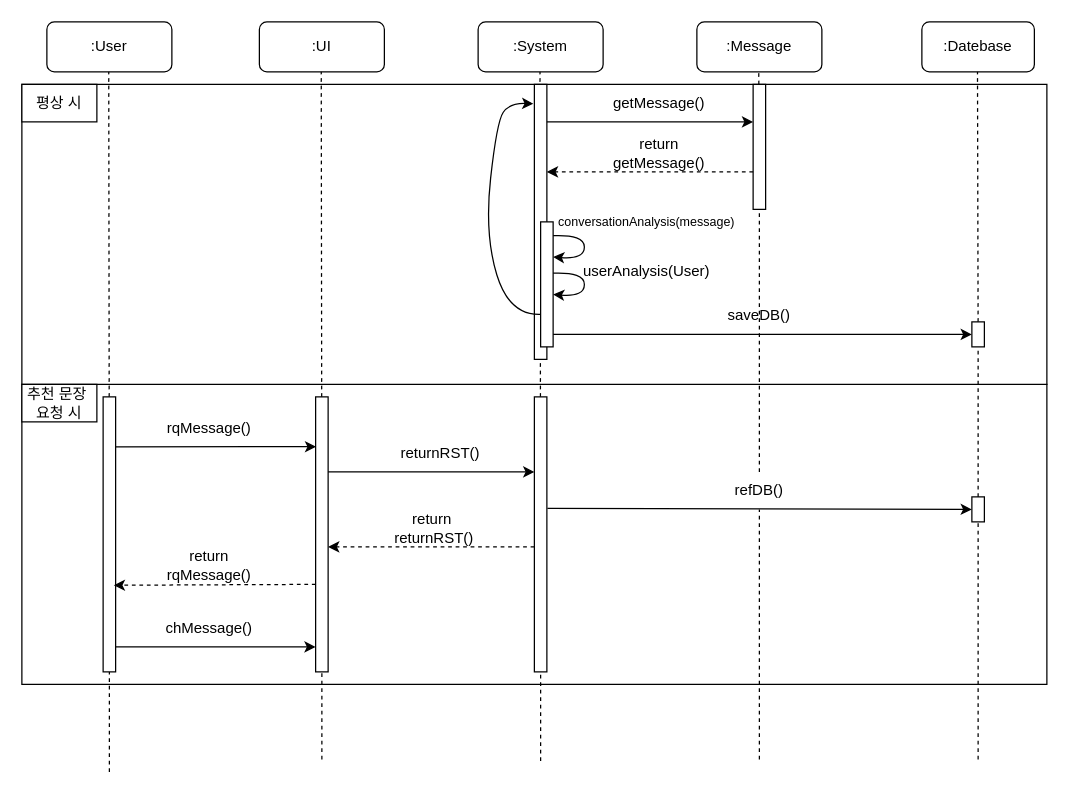
Before: Jo/추천문장선택.drawio in Sir-u/Capstone_ThreeIdiots, a draw.io diagram. Source tidied: cells renumbered, new cells numbered last; positions are measured from the earlier drawing's top-left corner, leaving out a move shared by most shapes. Both pictures are drawn from the tidied source at 125%, with x=0, y=0 at pixel (21, 21).
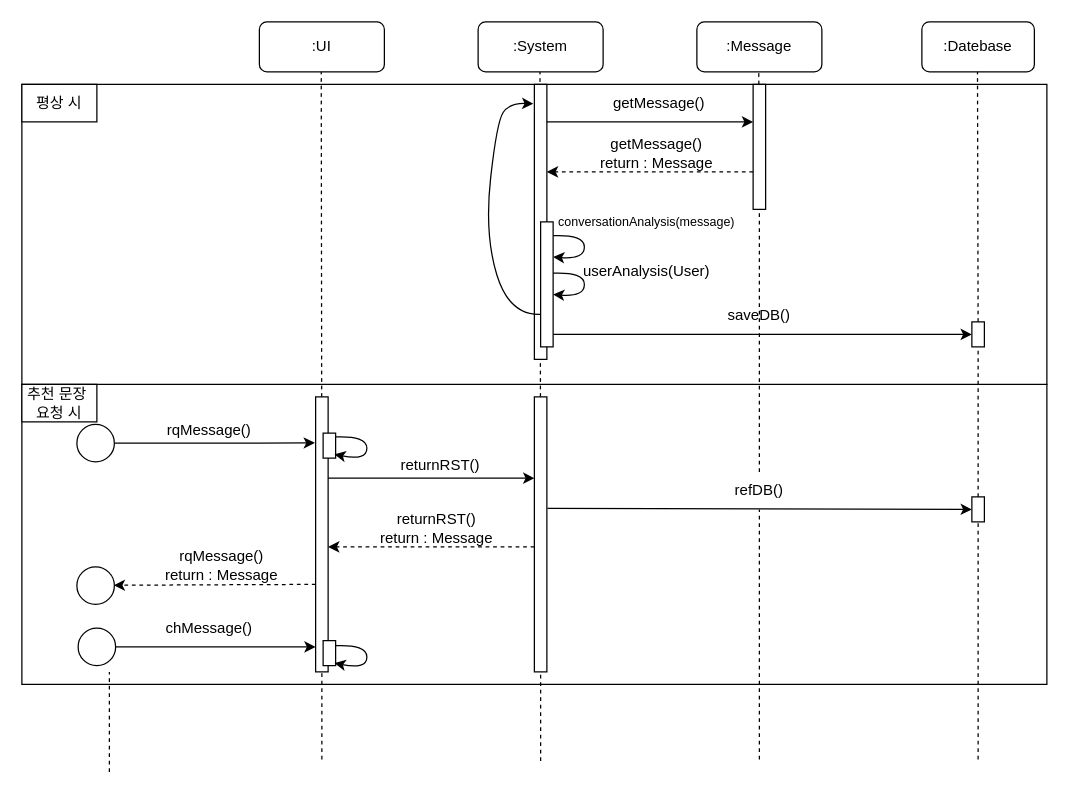
The same diagram, later.

Commit message (it also covers changes not shown here):
Add rerqMessage() Method

Unchanged cells that the change refers to:
```xml
<mxCell id="36" style="rounded=0;whiteSpace=wrap;html=1;" parent="1" vertex="1">
  <mxGeometry x="235" y="300" width="10" height="220" as="geometry" />
</mxCell>
```

What changed in the source:
```diff
@@
-    <mxCell id="4" value=":User" style="rounded=1;whiteSpace=wrap;html=1;" parent="1" vertex="1">
-      <mxGeometry x="20" width="100" height="40" as="geometry" />
-    </mxCell>
@@
-    <mxCell id="9" style="endArrow=none;dashed=1;html=1;rounded=0;" parent="1" edge="1" source="33">
-      <mxGeometry relative="1" as="geometry">
-        <mxPoint x="69.5" y="40" as="targetPoint" />
-      </mxGeometry>
-    </mxCell>
@@
-    <mxCell id="20" value="return getMessage()" style="text;html=1;strokeColor=none;fillColor=none;align=center;verticalAlign=middle;whiteSpace=wrap;rounded=0;" parent="1" vertex="1">
-      <mxGeometry x="480" y="90" width="60" height="30" as="geometry" />
+    <mxCell id="20" value="getMessage()&lt;br&gt;return : Message" style="text;html=1;strokeColor=none;fillColor=none;align=center;verticalAlign=middle;whiteSpace=wrap;rounded=0;" parent="1" vertex="1">
+      <mxGeometry x="458" y="90" width="100" height="30" as="geometry" />
     </mxCell>
@@
-    <mxCell id="32" style="endArrow=none;dashed=1;html=1;rounded=0;" parent="1" edge="1" target="33">
+    <mxCell id="32" style="endArrow=none;dashed=1;html=1;rounded=0;" parent="1" edge="1">
       <mxGeometry relative="1" as="geometry">
         <mxPoint x="70" y="600" as="sourcePoint" />
+        <mxPoint x="70" y="520" as="targetPoint" />
       </mxGeometry>
     </mxCell>
-    <mxCell id="33" style="rounded=0;whiteSpace=wrap;html=1;" parent="1" vertex="1">
-      <mxGeometry x="65" y="300" width="10" height="220" as="geometry" />
-    </mxCell>
-    <mxCell id="34" style="endArrow=classic;html=1;rounded=0;entryX=0.043;entryY=0.181;entryDx=0;entryDy=0;entryPerimeter=0;" parent="1" edge="1" target="36">
+    <mxCell id="34" style="endArrow=classic;html=1;rounded=0;entryX=0.043;entryY=0.181;entryDx=0;entryDy=0;entryPerimeter=0;" parent="1" edge="1">
       <mxGeometry relative="1" as="geometry">
-        <mxPoint x="75" y="340" as="sourcePoint" />
+        <mxPoint x="74" y="337" as="sourcePoint" />
+        <mxPoint x="234.4" y="336.8" as="targetPoint" />
+        <Array as="points">
+          <mxPoint x="189" y="337" />
+        </Array>
       </mxGeometry>
     </mxCell>
@@
     <mxCell id="37" value="rqMessage()" style="text;html=1;strokeColor=none;fillColor=none;align=center;verticalAlign=middle;whiteSpace=wrap;rounded=0;" parent="1" vertex="1">
-      <mxGeometry x="120" y="310" width="60" height="30" as="geometry" />
+      <mxGeometry x="120" y="312" width="60" height="30" as="geometry" />
     </mxCell>
@@
     <mxCell id="40" style="endArrow=classic;html=1;rounded=0;" parent="1" edge="1">
       <mxGeometry relative="1" as="geometry">
-        <mxPoint x="245" y="360" as="sourcePoint" />
-        <mxPoint x="410" y="360" as="targetPoint" />
+        <mxPoint x="245" y="365" as="sourcePoint" />
+        <mxPoint x="410" y="365" as="targetPoint" />
       </mxGeometry>
     </mxCell>
     <mxCell id="41" value="returnRST()" style="text;html=1;strokeColor=none;fillColor=none;align=center;verticalAlign=middle;whiteSpace=wrap;rounded=0;" parent="1" vertex="1">
-      <mxGeometry x="305" y="330" width="60" height="30" as="geometry" />
+      <mxGeometry x="305" y="340" width="60" height="30" as="geometry" />
     </mxCell>
@@
-    <mxCell id="47" value="return&amp;nbsp;&lt;br&gt;returnRST()" style="text;html=1;strokeColor=none;fillColor=none;align=center;verticalAlign=middle;whiteSpace=wrap;rounded=0;" parent="1" vertex="1">
-      <mxGeometry x="300" y="390" width="60" height="30" as="geometry" />
+    <mxCell id="47" value="returnRST()&lt;br&gt;return : Message" style="text;html=1;strokeColor=none;fillColor=none;align=center;verticalAlign=middle;whiteSpace=wrap;rounded=0;" parent="1" vertex="1">
+      <mxGeometry x="282" y="390" width="100" height="30" as="geometry" />
     </mxCell>
-    <mxCell id="48" style="endArrow=classic;html=1;rounded=0;entryX=0.852;entryY=0.685;entryDx=0;entryDy=0;entryPerimeter=0;dashed=1;" parent="1" edge="1" target="33">
+    <mxCell id="48" style="endArrow=classic;html=1;rounded=0;entryX=0.852;entryY=0.685;entryDx=0;entryDy=0;entryPerimeter=0;dashed=1;" parent="1" edge="1">
       <mxGeometry relative="1" as="geometry">
         <mxPoint x="235" y="450" as="sourcePoint" />
+        <mxPoint x="73.5" y="450.7" as="targetPoint" />
       </mxGeometry>
     </mxCell>
-    <mxCell id="49" value="return&lt;br&gt;rqMessage()" style="text;html=1;strokeColor=none;fillColor=none;align=center;verticalAlign=middle;whiteSpace=wrap;rounded=0;" parent="1" vertex="1">
-      <mxGeometry x="120" y="420" width="60" height="30" as="geometry" />
+    <mxCell id="49" value="rqMessage()&lt;br&gt;return : Message" style="text;html=1;strokeColor=none;fillColor=none;align=center;verticalAlign=middle;whiteSpace=wrap;rounded=0;" parent="1" vertex="1">
+      <mxGeometry x="110" y="420" width="100" height="30" as="geometry" />
     </mxCell>
@@
+    <mxCell id="54" style="ellipse;whiteSpace=wrap;html=1;" parent="1" vertex="1">
+      <mxGeometry x="44" y="322" width="30" height="30" as="geometry" />
+    </mxCell>
+    <mxCell id="55" style="ellipse;whiteSpace=wrap;html=1;" parent="1" vertex="1">
+      <mxGeometry x="44" y="436" width="30" height="30" as="geometry" />
+    </mxCell>
+    <mxCell id="56" style="ellipse;whiteSpace=wrap;html=1;" parent="1" vertex="1">
+      <mxGeometry x="45" y="485" width="30" height="30" as="geometry" />
+    </mxCell>
+    <mxCell id="57" style="rounded=0;whiteSpace=wrap;html=1;" parent="1" vertex="1">
+      <mxGeometry x="241" y="329" width="10" height="20" as="geometry" />
+    </mxCell>
+    <mxCell id="58" style="curved=1;endArrow=classic;html=1;rounded=0;exitX=1.044;exitY=0.159;exitDx=0;exitDy=0;exitPerimeter=0;" parent="1" edge="1">
+      <mxGeometry relative="1" as="geometry">
+        <mxPoint x="251" y="332" as="sourcePoint" />
+        <mxPoint x="250" y="346" as="targetPoint" />
+        <Array as="points">
+          <mxPoint x="276" y="331" />
+          <mxPoint x="276" y="351" />
+        </Array>
+      </mxGeometry>
+    </mxCell>
+    <mxCell id="59" style="rounded=0;whiteSpace=wrap;html=1;" parent="1" vertex="1">
+      <mxGeometry x="241" y="495" width="10" height="20" as="geometry" />
+    </mxCell>
+    <mxCell id="60" style="curved=1;endArrow=classic;html=1;rounded=0;exitX=1.044;exitY=0.159;exitDx=0;exitDy=0;exitPerimeter=0;" parent="1" edge="1">
+      <mxGeometry relative="1" as="geometry">
+        <mxPoint x="251" y="499" as="sourcePoint" />
+        <mxPoint x="250" y="513" as="targetPoint" />
+        <Array as="points">
+          <mxPoint x="276" y="498" />
+          <mxPoint x="276" y="518" />
+        </Array>
+      </mxGeometry>
+    </mxCell>
```
